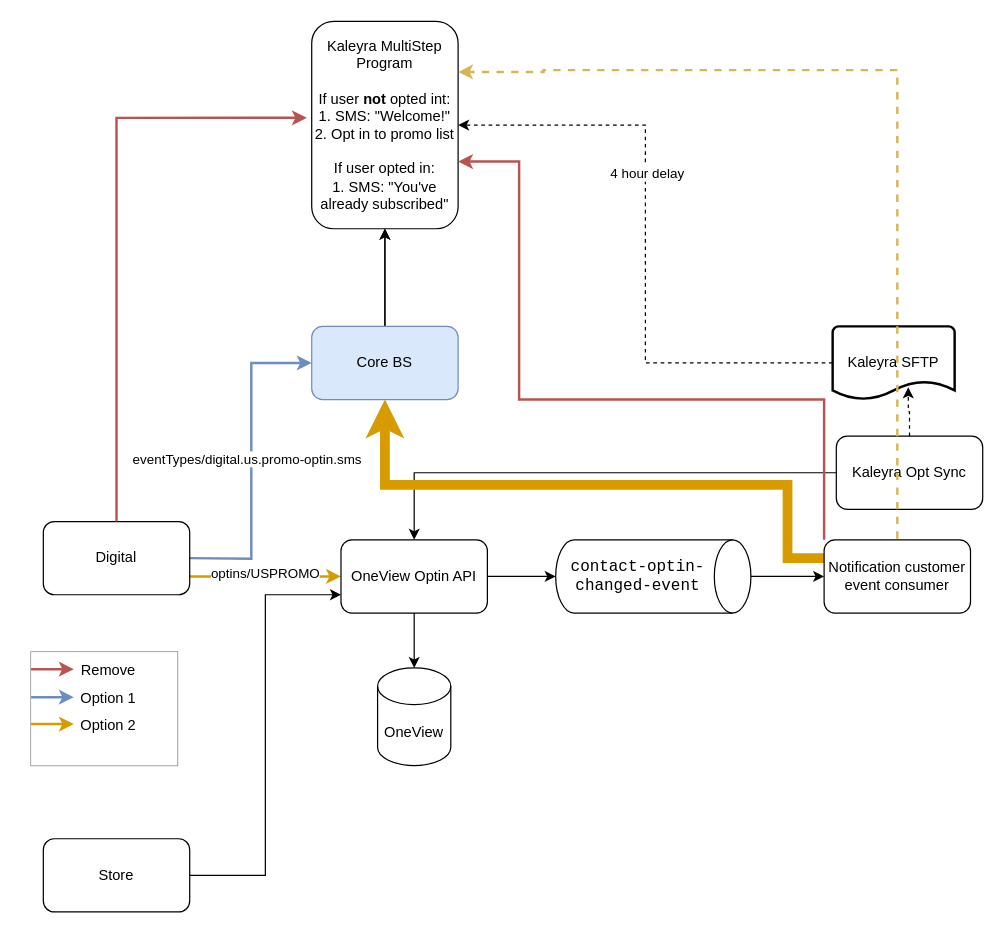
Above: drawings/Digital Optin integration.drawio in AarellanoH/draw_io (draw.io), before the change. Source tidied: cells renumbered, new cells numbered last; positions are measured from the earlier drawing's top-left corner, leaving out a move shared by most shapes. Both pictures are drawn from the tidied source at 122%, with x=0, y=0 at pixel (30, 21).
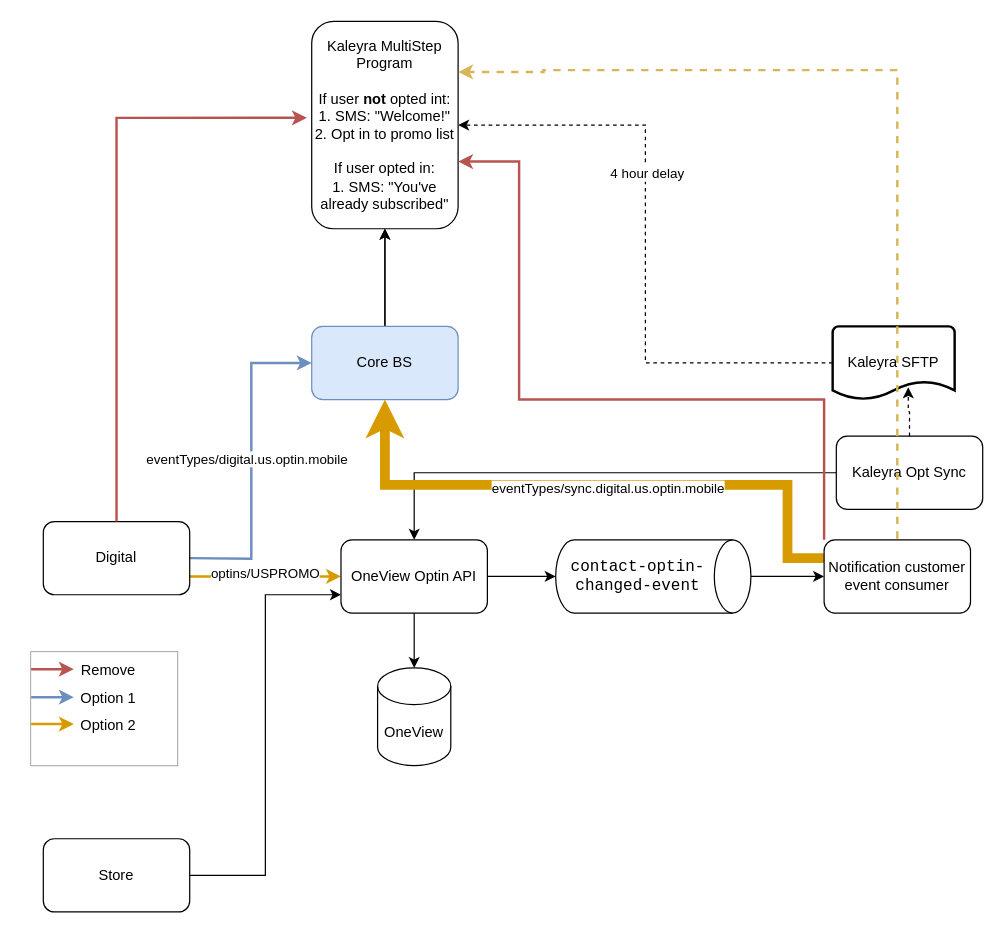
Above is the later version.

The change refers to these unchanged cells:
```xml
<mxCell id="15" style="edgeStyle=orthogonalEdgeStyle;rounded=0;jettySize=auto;html=1;entryX=0;entryY=0.5;entryDx=0;entryDy=0;fillColor=#dae8fc;strokeColor=#6c8ebf;strokeWidth=2;" parent="1" edge="1" target="14">
  <mxGeometry relative="1" as="geometry">
    <mxPoint x="130" y="440" as="sourcePoint" />
  </mxGeometry>
</mxCell>
<mxCell id="32" style="edgeStyle=orthogonalEdgeStyle;rounded=0;jettySize=auto;html=1;exitX=0;exitY=0.25;exitDx=0;exitDy=0;entryX=0.5;entryY=1;entryDx=0;entryDy=0;fillColor=#ffe6cc;strokeColor=#d79b00;strokeWidth=8;" parent="1" edge="1" source="34" target="14">
  <mxGeometry relative="1" as="geometry">
    <Array as="points">
      <mxPoint x="620" y="440" />
      <mxPoint x="620" y="380" />
      <mxPoint x="290" y="380" />
    </Array>
  </mxGeometry>
</mxCell>
```

The edit, as a diff of the source:
```diff
@@
-    <mxCell id="16" value="eventTypes/digital.us.promo-optin.sms" style="edgeLabel;html=1;align=center;verticalAlign=middle;" parent="15" vertex="1">
+    <mxCell id="16" value="eventTypes/digital.us.optin.mobile" style="edgeLabel;html=1;align=center;verticalAlign=middle;" parent="15" vertex="1">
       <mxGeometry x="0.02" y="4" relative="1" as="geometry" />
     </mxCell>
@@
+    <mxCell id="40" value="eventTypes/sync.digital.us.optin.mobile" style="edgeLabel;html=1;align=center;verticalAlign=middle;" parent="32" vertex="1">
+      <mxGeometry x="-0.03" y="2" relative="1" as="geometry" />
+    </mxCell>
```
